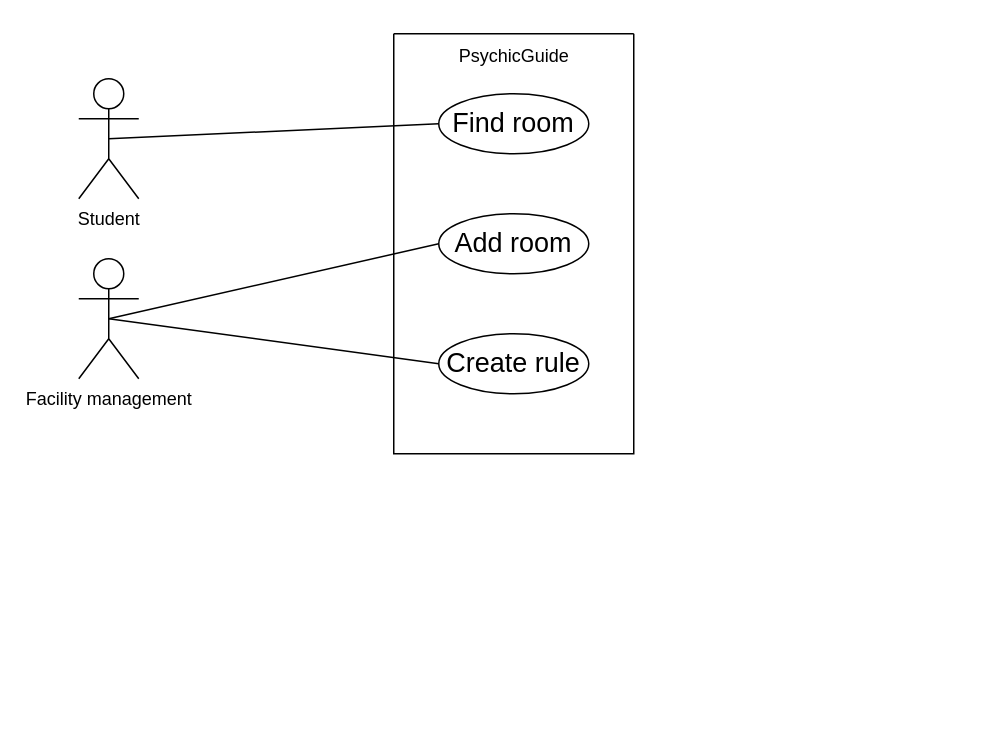
phyllomenous/PM3_DomainModel keeps this draw.io diagram as Unbenanntes Diagramm.drawio. Above is the earlier version. Source tidied: cells renumbered, new cells numbered last; positions are measured from the earlier drawing's top-left corner, leaving out a move shared by most shapes. Both pictures are drawn from the tidied source at 150%, with x=0, y=0 at pixel (78, 33).
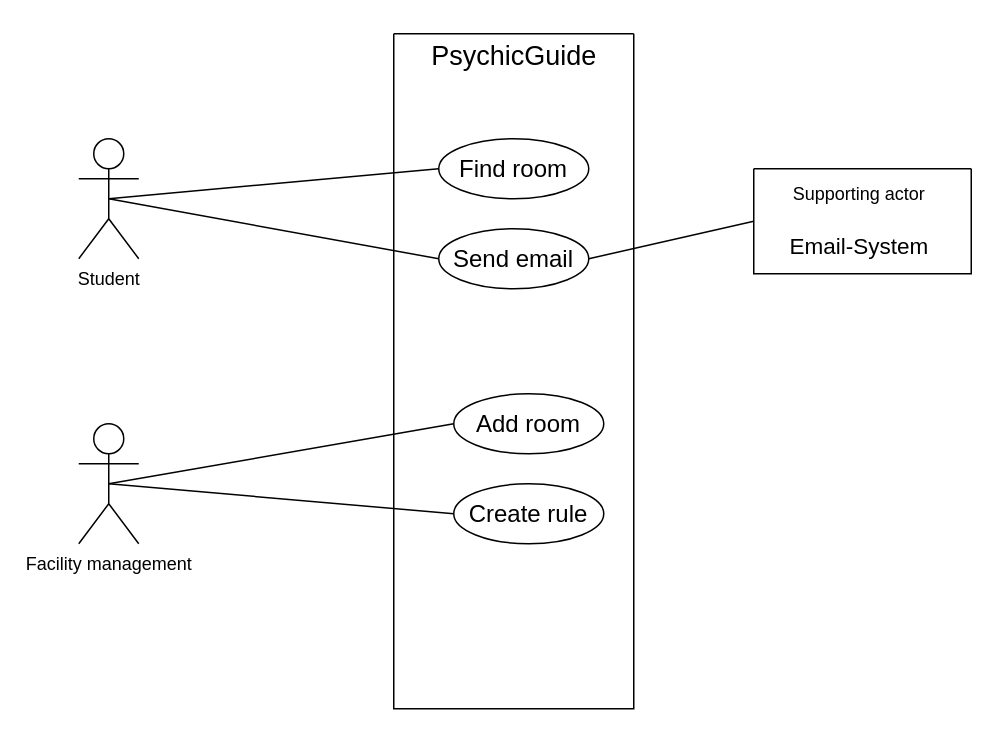
The same page after the edit.

Diff of the diagram source:
```diff
@@
 <mxGraphModel>
   <root>
     <mxCell id="0" />
     <mxCell id="1" parent="0" />
     <mxCell id="2" style="rounded=0;jettySize=auto;html=1;exitX=0.5;exitY=0.5;exitDx=0;exitDy=0;exitPerimeter=0;entryX=0;entryY=0.5;entryDx=0;entryDy=0;endArrow=none;endFill=0;" parent="1" edge="1" source="3" target="8">
       <mxGeometry relative="1" as="geometry" />
     </mxCell>
+    <mxCell id="12" style="rounded=0;jettySize=auto;html=1;exitX=0.5;exitY=0.5;exitDx=0;exitDy=0;exitPerimeter=0;entryX=0;entryY=0.5;entryDx=0;entryDy=0;endArrow=none;endFill=0;" parent="1" edge="1" source="3" target="13">
+      <mxGeometry relative="1" as="geometry" />
+    </mxCell>
     <mxCell id="3" value="Student" style="shape=umlActor;verticalLabelPosition=bottom;verticalAlign=top;html=1;outlineConnect=0;" parent="1" vertex="1">
-      <mxGeometry y="30" width="40" height="80" as="geometry" />
+      <mxGeometry y="70" width="40" height="80" as="geometry" />
     </mxCell>
     <mxCell id="4" style="rounded=0;jettySize=auto;html=1;exitX=0.5;exitY=0.5;exitDx=0;exitDy=0;exitPerimeter=0;entryX=0;entryY=0.5;entryDx=0;entryDy=0;endArrow=none;endFill=0;" parent="1" edge="1" source="6" target="9">
       <mxGeometry relative="1" as="geometry" />
     </mxCell>
     <mxCell id="5" style="rounded=0;jettySize=auto;html=1;exitX=0.5;exitY=0.5;exitDx=0;exitDy=0;exitPerimeter=0;entryX=0;entryY=0.5;entryDx=0;entryDy=0;endArrow=none;endFill=0;" parent="1" edge="1" source="6" target="10">
       <mxGeometry relative="1" as="geometry" />
     </mxCell>
     <mxCell id="6" value="Facility management" style="shape=umlActor;verticalLabelPosition=bottom;verticalAlign=top;html=1;outlineConnect=0;" parent="1" vertex="1">
-      <mxGeometry y="150" width="40" height="80" as="geometry" />
+      <mxGeometry y="260" width="40" height="80" as="geometry" />
     </mxCell>
     <mxCell id="7" style="swimlane;startSize=0;" parent="1" vertex="1">
-      <mxGeometry x="210" width="160" height="280" as="geometry" />
+      <mxGeometry x="210" width="160" height="450" as="geometry" />
     </mxCell>
-    <mxCell id="8" value="&lt;font style=&quot;font-size: 18px;&quot;&gt;Find room&lt;/font&gt;" style="ellipse;whiteSpace=wrap;html=1;" parent="7" vertex="1">
-      <mxGeometry x="30" y="40" width="100" height="40" as="geometry" />
+    <mxCell id="8" value="&lt;font style=&quot;font-size: 16px;&quot;&gt;Find room&lt;/font&gt;" style="ellipse;whiteSpace=wrap;html=1;" parent="7" vertex="1">
+      <mxGeometry x="30" y="70" width="100" height="40" as="geometry" />
     </mxCell>
-    <mxCell id="9" value="&lt;font style=&quot;font-size: 18px;&quot;&gt;Add room&lt;/font&gt;" style="ellipse;whiteSpace=wrap;html=1;" parent="7" vertex="1">
-      <mxGeometry x="30" y="120" width="100" height="40" as="geometry" />
+    <mxCell id="9" value="&lt;font style=&quot;font-size: 16px;&quot;&gt;Add room&lt;/font&gt;" style="ellipse;whiteSpace=wrap;html=1;" parent="7" vertex="1">
+      <mxGeometry x="40" y="240" width="100" height="40" as="geometry" />
     </mxCell>
-    <mxCell id="10" value="&lt;font style=&quot;font-size: 18px;&quot;&gt;Create rule&lt;/font&gt;" style="ellipse;whiteSpace=wrap;html=1;" parent="7" vertex="1">
-      <mxGeometry x="30" y="200" width="100" height="40" as="geometry" />
+    <mxCell id="10" value="&lt;font style=&quot;font-size: 16px;&quot;&gt;Create rule&lt;/font&gt;" style="ellipse;whiteSpace=wrap;html=1;" parent="7" vertex="1">
+      <mxGeometry x="40" y="300" width="100" height="40" as="geometry" />
     </mxCell>
-    <mxCell id="11" value="PsychicGuide" style="text;html=1;align=center;verticalAlign=middle;strokeColor=none;fillColor=none;" parent="7" vertex="1">
-      <mxGeometry x="30" width="100" height="30" as="geometry" />
+    <mxCell id="11" value="&lt;font style=&quot;font-size: 18px;&quot;&gt;PsychicGuide&lt;/font&gt;" style="text;html=1;align=center;verticalAlign=middle;strokeColor=none;fillColor=none;" parent="7" vertex="1">
+      <mxGeometry x="15" y="-5" width="130" height="40" as="geometry" />
     </mxCell>
+    <mxCell id="13" value="&lt;font style=&quot;font-size: 16px;&quot;&gt;Send email&lt;/font&gt;" style="ellipse;whiteSpace=wrap;html=1;" parent="7" vertex="1">
+      <mxGeometry x="30" y="130" width="100" height="40" as="geometry" />
+    </mxCell>
+    <mxCell id="14" style="rounded=0;jettySize=auto;html=1;exitX=0;exitY=0.5;exitDx=0;exitDy=0;entryX=1;entryY=0.5;entryDx=0;entryDy=0;endArrow=none;endFill=0;" parent="1" edge="1" source="15" target="13">
+      <mxGeometry relative="1" as="geometry" />
+    </mxCell>
+    <mxCell id="15" style="swimlane;startSize=0;" parent="1" vertex="1">
+      <mxGeometry x="450" y="90" width="145" height="70" as="geometry" />
+    </mxCell>
+    <mxCell id="16" value="&lt;div&gt;Supporting actor&lt;br&gt;&lt;/div&gt;&lt;div style=&quot;font-size: 15px;&quot;&gt;&lt;br&gt;&lt;/div&gt;&lt;div style=&quot;font-size: 15px;&quot;&gt;Email-System&lt;/div&gt;" style="text;html=1;align=center;verticalAlign=middle;strokeColor=none;fillColor=none;" parent="15" vertex="1">
+      <mxGeometry x="10" y="5" width="120" height="60" as="geometry" />
+    </mxCell>
   </root>
 </mxGraphModel>
```
